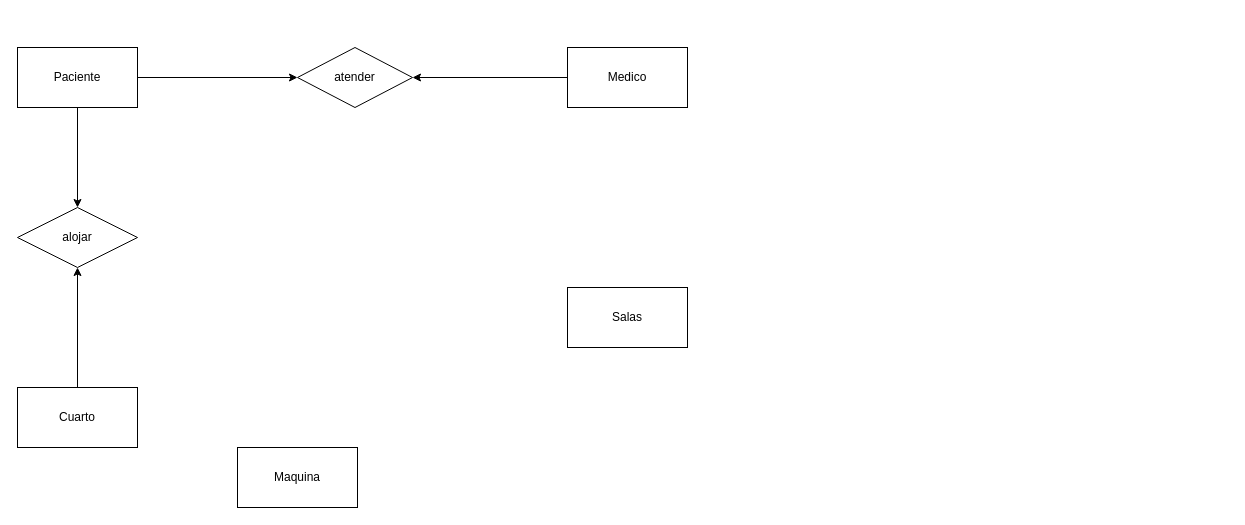
Before: SQL/BD Hospital/Diagrama ER.drawio in ferfcb99/JavaSqlDavid, a draw.io diagram. Source tidied: cells renumbered, new cells numbered last; positions are measured from the earlier drawing's top-left corner, leaving out a move shared by most shapes. Both pictures are drawn from the tidied source at 100%, with x=0, y=0 at pixel (17, 47).
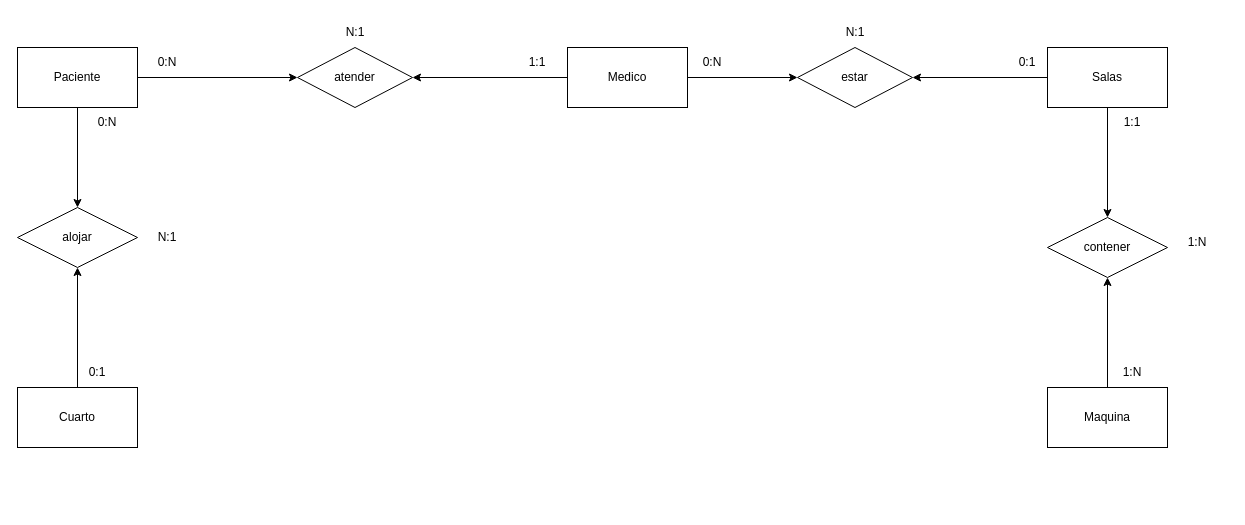
Above is the later version.

Commit message (it also covers changes not shown here):
Se agrega base de datos de hospital

Unchanged cells that the change refers to:
```xml
<mxCell id="9" value="Medico" style="rounded=0;whiteSpace=wrap;html=1;" parent="1" vertex="1">
  <mxGeometry x="550" width="120" height="60" as="geometry" />
</mxCell>
```

Diff of the diagram source:
```diff
@@
+    <mxCell id="13" style="edgeStyle=orthogonalEdgeStyle;rounded=0;jettySize=auto;html=1;exitX=0.5;exitY=0;exitDx=0;exitDy=0;entryX=0.5;entryY=1;entryDx=0;entryDy=0;" parent="1" edge="1" source="7" target="18">
+      <mxGeometry relative="1" as="geometry" />
+    </mxCell>
     <mxCell id="7" value="Maquina" style="rounded=0;whiteSpace=wrap;html=1;" parent="1" vertex="1">
-      <mxGeometry x="220" y="400" width="120" height="60" as="geometry" />
+      <mxGeometry x="1030" y="340" width="120" height="60" as="geometry" />
     </mxCell>
@@
+    <mxCell id="14" style="edgeStyle=orthogonalEdgeStyle;rounded=0;jettySize=auto;html=1;exitX=1;exitY=0.5;exitDx=0;exitDy=0;entryX=0;entryY=0.5;entryDx=0;entryDy=0;" parent="1" edge="1" source="9" target="17">
+      <mxGeometry relative="1" as="geometry" />
+    </mxCell>
@@
+    <mxCell id="15" style="edgeStyle=orthogonalEdgeStyle;rounded=0;jettySize=auto;html=1;exitX=0.5;exitY=1;exitDx=0;exitDy=0;entryX=0.5;entryY=0;entryDx=0;entryDy=0;" parent="1" edge="1" source="10" target="18">
+      <mxGeometry relative="1" as="geometry" />
+    </mxCell>
+    <mxCell id="16" style="edgeStyle=orthogonalEdgeStyle;rounded=0;jettySize=auto;html=1;exitX=0;exitY=0.5;exitDx=0;exitDy=0;entryX=1;entryY=0.5;entryDx=0;entryDy=0;" parent="1" edge="1" source="10" target="17">
+      <mxGeometry relative="1" as="geometry" />
+    </mxCell>
     <mxCell id="10" value="Salas" style="rounded=0;whiteSpace=wrap;html=1;" parent="1" vertex="1">
-      <mxGeometry x="550" y="240" width="120" height="60" as="geometry" />
+      <mxGeometry x="1030" width="120" height="60" as="geometry" />
     </mxCell>
@@
+    <mxCell id="17" value="estar" style="rhombus;whiteSpace=wrap;html=1;" parent="1" vertex="1">
+      <mxGeometry x="780" width="115" height="60" as="geometry" />
+    </mxCell>
+    <mxCell id="18" value="contener" style="rhombus;whiteSpace=wrap;html=1;" parent="1" vertex="1">
+      <mxGeometry x="1030" y="170" width="120" height="60" as="geometry" />
+    </mxCell>
+    <mxCell id="19" value="0:N" style="text;html=1;strokeColor=none;fillColor=none;align=center;verticalAlign=middle;whiteSpace=wrap;rounded=0;" parent="1" vertex="1">
+      <mxGeometry x="120" width="60" height="30" as="geometry" />
+    </mxCell>
+    <mxCell id="20" value="1:1" style="text;html=1;strokeColor=none;fillColor=none;align=center;verticalAlign=middle;whiteSpace=wrap;rounded=0;" parent="1" vertex="1">
+      <mxGeometry x="490" width="60" height="30" as="geometry" />
+    </mxCell>
+    <mxCell id="21" value="N:1" style="text;html=1;strokeColor=none;fillColor=none;align=center;verticalAlign=middle;whiteSpace=wrap;rounded=0;" parent="1" vertex="1">
+      <mxGeometry x="307.5" y="-30" width="60" height="30" as="geometry" />
+    </mxCell>
+    <mxCell id="22" value="0:1" style="text;html=1;strokeColor=none;fillColor=none;align=center;verticalAlign=middle;whiteSpace=wrap;rounded=0;" parent="1" vertex="1">
+      <mxGeometry x="50" y="310" width="60" height="30" as="geometry" />
+    </mxCell>
+    <mxCell id="23" value="0:N" style="text;html=1;strokeColor=none;fillColor=none;align=center;verticalAlign=middle;whiteSpace=wrap;rounded=0;" parent="1" vertex="1">
+      <mxGeometry x="60" y="60" width="60" height="30" as="geometry" />
+    </mxCell>
+    <mxCell id="24" value="0:1" style="text;html=1;strokeColor=none;fillColor=none;align=center;verticalAlign=middle;whiteSpace=wrap;rounded=0;" parent="1" vertex="1">
+      <mxGeometry x="980" width="60" height="30" as="geometry" />
+    </mxCell>
+    <mxCell id="25" value="0:N" style="text;html=1;strokeColor=none;fillColor=none;align=center;verticalAlign=middle;whiteSpace=wrap;rounded=0;" parent="1" vertex="1">
+      <mxGeometry x="670" width="50" height="30" as="geometry" />
+    </mxCell>
+    <mxCell id="26" value="N:1" style="text;html=1;strokeColor=none;fillColor=none;align=center;verticalAlign=middle;whiteSpace=wrap;rounded=0;" parent="1" vertex="1">
+      <mxGeometry x="812.5" y="-30" width="50" height="30" as="geometry" />
+    </mxCell>
+    <mxCell id="27" value="1:N" style="text;html=1;strokeColor=none;fillColor=none;align=center;verticalAlign=middle;whiteSpace=wrap;rounded=0;" parent="1" vertex="1">
+      <mxGeometry x="1090" y="310" width="50" height="30" as="geometry" />
+    </mxCell>
+    <mxCell id="28" value="1:1" style="text;html=1;strokeColor=none;fillColor=none;align=center;verticalAlign=middle;whiteSpace=wrap;rounded=0;" parent="1" vertex="1">
+      <mxGeometry x="1090" y="60" width="50" height="30" as="geometry" />
+    </mxCell>
+    <mxCell id="29" value="N:1" style="text;html=1;strokeColor=none;fillColor=none;align=center;verticalAlign=middle;whiteSpace=wrap;rounded=0;" parent="1" vertex="1">
+      <mxGeometry x="120" y="175" width="60" height="30" as="geometry" />
+    </mxCell>
+    <mxCell id="30" value="1:N" style="text;html=1;strokeColor=none;fillColor=none;align=center;verticalAlign=middle;whiteSpace=wrap;rounded=0;" parent="1" vertex="1">
+      <mxGeometry x="1150" y="180" width="60" height="30" as="geometry" />
+    </mxCell>
```
